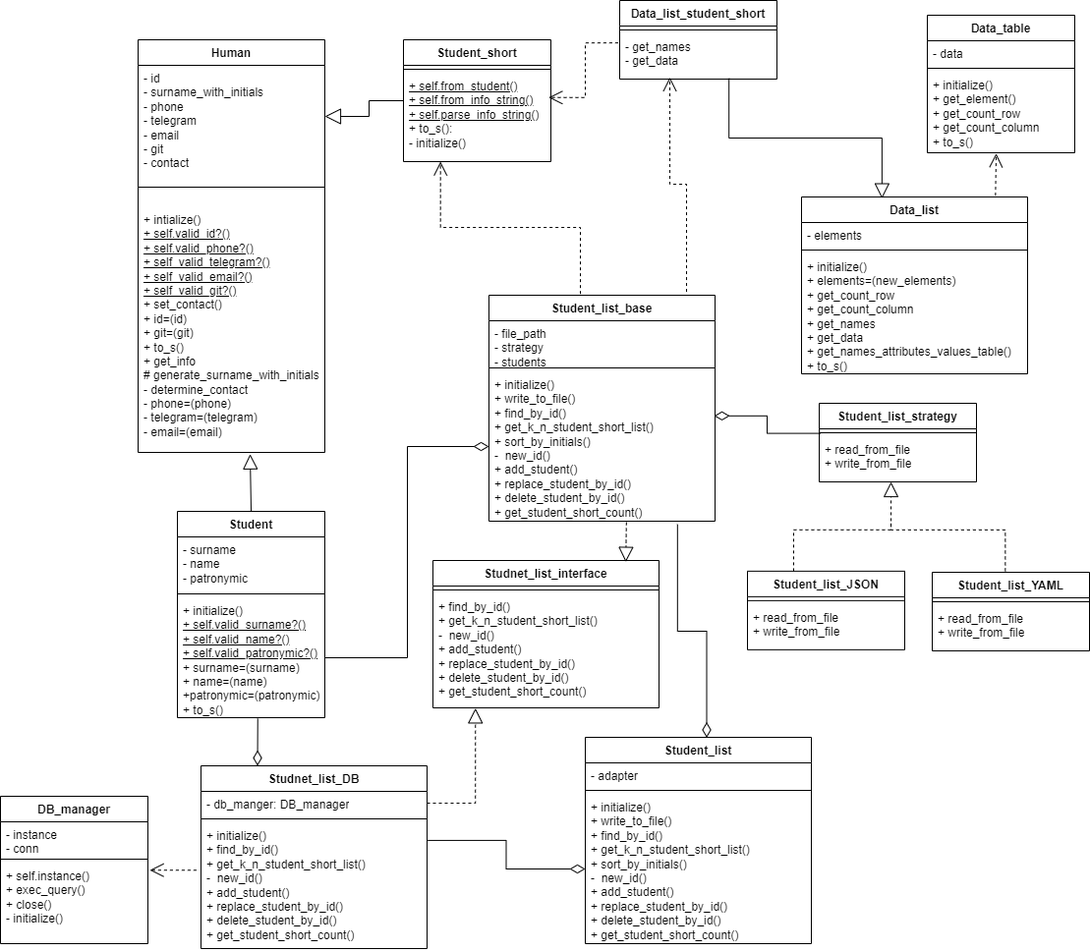
ArthurArutunyan04/Ruby keeps this draw.io diagram as Student/Class diagram.png. Above is the earlier version. Source tidied: cells renumbered, new cells last; positions are measured from the earlier drawing's top-left corner, leaving out a move shared by most shapes.
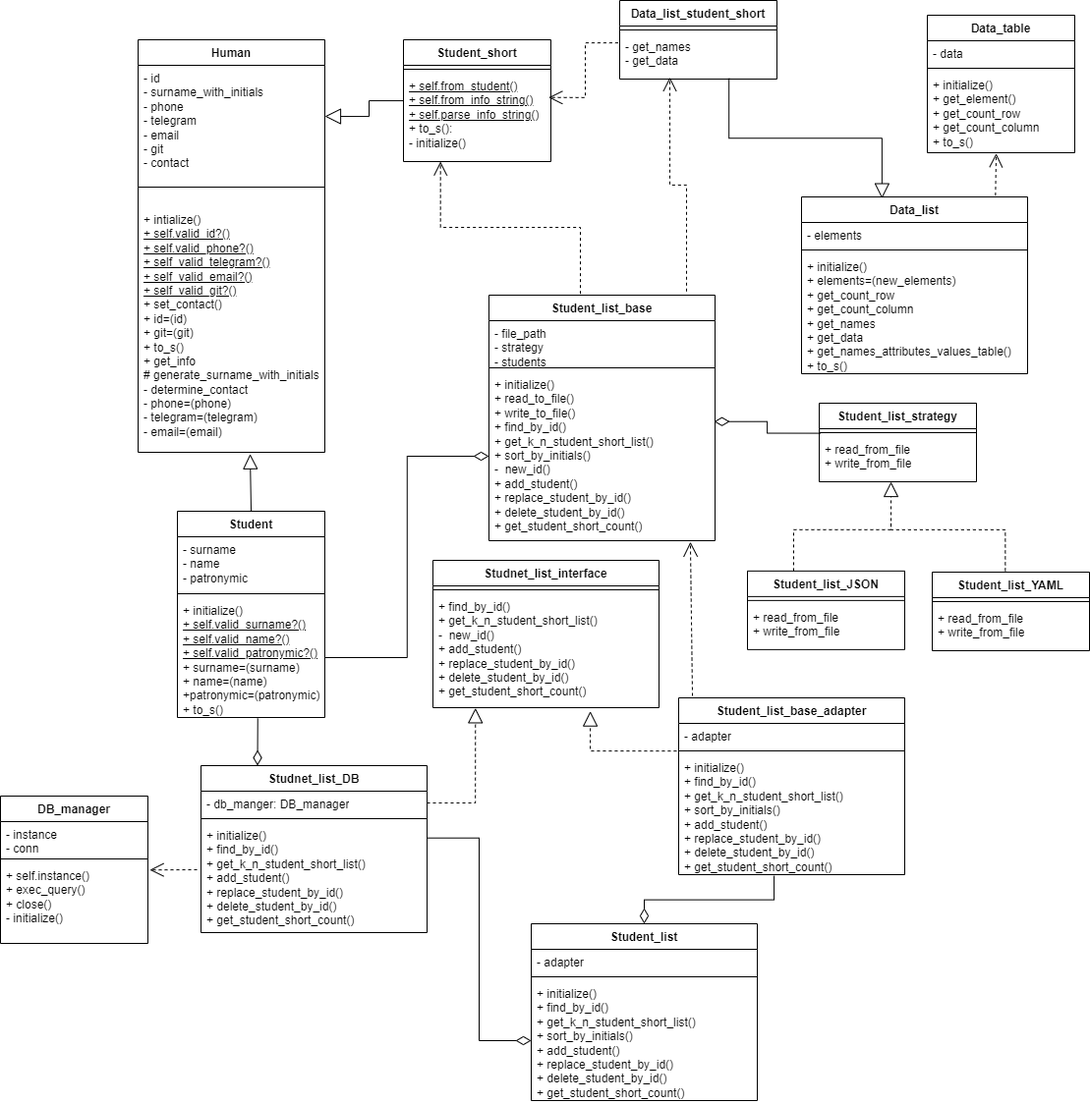
The same diagram one commit later.

Commit message:
Lb4 update strategy and adapter

Diff of the diagram source:
```diff
@@ -81,7 +81,7 @@
       <mxGeometry relative="1" as="geometry" />
     </mxCell>
     <mxCell id="28" value="Student_list_base" style="swimlane;fontStyle=1;align=center;verticalAlign=top;horizontal=1;startSize=26;whiteSpace=wrap;html=1;gradientColor=none;strokeWidth=1;" parent="1" vertex="1">
-      <mxGeometry x="497" y="300" width="230" height="230" as="geometry" />
+      <mxGeometry x="497" y="300" width="230" height="250" as="geometry" />
     </mxCell>
     <mxCell id="29" value="&lt;div&gt;&lt;div&gt;- file_path&lt;/div&gt;&lt;/div&gt;&lt;div&gt;- strategy&lt;/div&gt;&lt;div&gt;- students&lt;/div&gt;&lt;div&gt;&lt;br&gt;&lt;/div&gt;&lt;div&gt;&lt;br&gt;&lt;/div&gt;" style="text;strokeColor=none;fillColor=none;align=left;verticalAlign=top;spacingLeft=4;spacingRight=4;overflow=hidden;whiteSpace=wrap;html=1;" parent="28" vertex="1">
       <mxGeometry y="26" width="230" height="44" as="geometry" />
@@ -89,8 +89,8 @@
     <mxCell id="30" style="line;strokeWidth=1;fillColor=none;align=left;verticalAlign=middle;spacingTop=-1;spacingLeft=3;spacingRight=3;labelPosition=right;strokeColor=inherit;" parent="28" vertex="1">
       <mxGeometry y="70" width="230" height="8" as="geometry" />
     </mxCell>
-    <mxCell id="31" value="+ initialize()&lt;div&gt;&lt;div&gt;+ write_to_file()&lt;/div&gt;&lt;div&gt;+ find_by_id()&lt;br&gt;+ get_k_n_student_short_list()&lt;/div&gt;&lt;div&gt;+ sort_by_initials()&lt;br&gt;-&amp;nbsp; new_id()&lt;/div&gt;&lt;div&gt;+ add_student()&lt;/div&gt;&lt;div&gt;+ replace_student_by_id()&lt;/div&gt;&lt;div&gt;+ delete_student_by_id()&lt;/div&gt;&lt;/div&gt;&lt;div&gt;+ get_student_short_count()&lt;/div&gt;" style="text;strokeColor=none;fillColor=none;align=left;verticalAlign=top;spacingLeft=4;spacingRight=4;overflow=hidden;points=[[0,0.5],[1,0.5]];portConstraint=eastwest;whiteSpace=wrap;html=1;" parent="28" vertex="1">
-      <mxGeometry y="78" width="230" height="152" as="geometry" />
+    <mxCell id="31" value="+ initialize()&lt;div&gt;+ read_to_file()&lt;br&gt;&lt;div&gt;&lt;div&gt;+ write_to_file()&lt;/div&gt;&lt;div&gt;+ find_by_id()&lt;br&gt;+ get_k_n_student_short_list()&lt;/div&gt;&lt;div&gt;+ sort_by_initials()&lt;br&gt;-&amp;nbsp; new_id()&lt;/div&gt;&lt;div&gt;+ add_student()&lt;/div&gt;&lt;div&gt;+ replace_student_by_id()&lt;/div&gt;&lt;div&gt;+ delete_student_by_id()&lt;/div&gt;&lt;/div&gt;&lt;div&gt;+ get_student_short_count()&lt;/div&gt;&lt;/div&gt;" style="text;strokeColor=none;fillColor=none;align=left;verticalAlign=top;spacingLeft=4;spacingRight=4;overflow=hidden;points=[[0,0.5],[1,0.5]];portConstraint=eastwest;whiteSpace=wrap;html=1;" parent="28" vertex="1">
+      <mxGeometry y="78" width="230" height="172" as="geometry" />
     </mxCell>
     <mxCell id="32" style="endArrow=diamondThin;endSize=13;html=1;rounded=0;entryX=0.996;entryY=0.295;entryDx=0;entryDy=0;entryPerimeter=0;exitX=0.008;exitY=-0.074;exitDx=0;exitDy=0;exitPerimeter=0;endFill=0;edgeStyle=orthogonalEdgeStyle;" parent="1" edge="1" source="35" target="31">
       <mxGeometry relative="1" as="geometry" />
@@ -153,7 +153,7 @@
       <mxGeometry relative="1" as="geometry" />
     </mxCell>
     <mxCell id="47" value="Studnet_list_DB" style="swimlane;fontStyle=1;align=center;verticalAlign=top;horizontal=1;startSize=26;whiteSpace=wrap;html=1;gradientColor=none;strokeWidth=1;" parent="1" vertex="1">
-      <mxGeometry x="204" y="779" width="230" height="186" as="geometry" />
+      <mxGeometry x="204" y="779" width="230" height="170" as="geometry" />
     </mxCell>
     <mxCell id="48" value="- db_manger: DB_manager" style="text;strokeColor=none;fillColor=none;align=left;verticalAlign=top;spacingLeft=4;spacingRight=4;overflow=hidden;points=[[0,0.5],[1,0.5]];portConstraint=eastwest;whiteSpace=wrap;html=1;" parent="47" vertex="1">
       <mxGeometry y="26" width="230" height="24" as="geometry" />
@@ -161,8 +161,8 @@
     <mxCell id="49" style="line;strokeWidth=1;fillColor=none;align=left;verticalAlign=middle;spacingTop=-1;spacingLeft=3;spacingRight=3;labelPosition=right;strokeColor=inherit;" parent="47" vertex="1">
       <mxGeometry y="50" width="230" height="8" as="geometry" />
     </mxCell>
-    <mxCell id="50" value="+ initialize()&lt;div&gt;&lt;div&gt;&lt;div&gt;+ find_by_id()&lt;br&gt;+ get_k_n_student_short_list()&lt;/div&gt;&lt;div&gt;-&amp;nbsp; new_id()&lt;/div&gt;&lt;div&gt;+ add_student()&lt;/div&gt;&lt;div&gt;+ replace_student_by_id()&lt;/div&gt;&lt;div&gt;+ delete_student_by_id()&lt;/div&gt;&lt;/div&gt;&lt;div&gt;+ get_student_short_count()&lt;/div&gt;&lt;/div&gt;" style="text;strokeColor=none;fillColor=none;align=left;verticalAlign=top;spacingLeft=4;spacingRight=4;overflow=hidden;points=[[0,0.5],[1,0.5]];portConstraint=eastwest;whiteSpace=wrap;html=1;" parent="47" vertex="1">
-      <mxGeometry y="58" width="230" height="128" as="geometry" />
+    <mxCell id="50" value="+ initialize()&lt;div&gt;&lt;div&gt;&lt;div&gt;+ find_by_id()&lt;br&gt;+ get_k_n_student_short_list()&lt;/div&gt;&lt;div&gt;&lt;span style=&quot;background-color: initial;&quot;&gt;+ add_student()&lt;/span&gt;&lt;br&gt;&lt;/div&gt;&lt;div&gt;+ replace_student_by_id()&lt;/div&gt;&lt;div&gt;+ delete_student_by_id()&lt;/div&gt;&lt;/div&gt;&lt;div&gt;+ get_student_short_count()&lt;/div&gt;&lt;/div&gt;" style="text;strokeColor=none;fillColor=none;align=left;verticalAlign=top;spacingLeft=4;spacingRight=4;overflow=hidden;points=[[0,0.5],[1,0.5]];portConstraint=eastwest;whiteSpace=wrap;html=1;" parent="47" vertex="1">
+      <mxGeometry y="58" width="230" height="112" as="geometry" />
     </mxCell>
     <mxCell id="51" style="endArrow=diamondThin;endSize=13;html=1;rounded=0;exitX=0.545;exitY=1.007;exitDx=0;exitDy=0;endFill=0;elbow=vertical;entryX=0.25;entryY=0;entryDx=0;entryDy=0;exitPerimeter=0;" parent="1" edge="1" source="10" target="47">
       <mxGeometry relative="1" as="geometry" />
@@ -182,8 +182,10 @@
     <mxCell id="56" style="rounded=0;jettySize=auto;html=1;entryX=1;entryY=0.5;entryDx=0;entryDy=0;endArrow=block;endFill=0;endSize=14;edgeStyle=orthogonalEdgeStyle;" parent="1" edge="1" source="11" target="3">
       <mxGeometry relative="1" as="geometry" />
     </mxCell>
-    <mxCell id="57" style="endArrow=open;endSize=12;dashed=1;html=1;rounded=0;entryX=1.013;entryY=0.088;entryDx=0;entryDy=0;entryPerimeter=0;exitX=-0.02;exitY=0.377;exitDx=0;exitDy=0;exitPerimeter=0;" parent="1" edge="1" source="50" target="55">
-      <mxGeometry relative="1" as="geometry" />
+    <mxCell id="57" style="endArrow=open;endSize=12;dashed=1;html=1;rounded=0;entryX=1.013;entryY=0.088;entryDx=0;entryDy=0;entryPerimeter=0;" parent="1" edge="1" target="55">
+      <mxGeometry relative="1" as="geometry">
+        <mxPoint x="200" y="885" as="sourcePoint" />
+      </mxGeometry>
     </mxCell>
     <mxCell id="58" value="Studnet_list_interface" style="swimlane;fontStyle=1;align=center;verticalAlign=top;horizontal=1;startSize=26;whiteSpace=wrap;html=1;gradientColor=none;strokeWidth=1;" parent="1" vertex="1">
       <mxGeometry x="440" y="570" width="230" height="150" as="geometry" />
@@ -197,11 +199,8 @@
     <mxCell id="61" style="edgeStyle=orthogonalEdgeStyle;rounded=0;jettySize=auto;html=1;elbow=vertical;endArrow=block;endFill=0;dashed=1;exitX=1;exitY=0.5;exitDx=0;exitDy=0;entryX=0.188;entryY=1.003;entryDx=0;entryDy=0;entryPerimeter=0;strokeWidth=1;endSize=13;" parent="1" edge="1" source="48" target="60">
       <mxGeometry relative="1" as="geometry" />
     </mxCell>
-    <mxCell id="62" style="rounded=0;jettySize=auto;html=1;elbow=vertical;endArrow=block;endFill=0;dashed=1;exitX=0.608;exitY=1.007;exitDx=0;exitDy=0;exitPerimeter=0;entryX=0.853;entryY=0.011;entryDx=0;entryDy=0;entryPerimeter=0;strokeWidth=1;endSize=13;" parent="1" edge="1" source="31" target="58">
-      <mxGeometry relative="1" as="geometry" />
-    </mxCell>
     <mxCell id="63" value="Student_list" style="swimlane;fontStyle=1;align=center;verticalAlign=top;horizontal=1;startSize=26;whiteSpace=wrap;html=1;gradientColor=none;strokeWidth=1;" parent="1" vertex="1">
-      <mxGeometry x="595" y="750" width="230" height="210" as="geometry" />
+      <mxGeometry x="540" y="940" width="230" height="180" as="geometry" />
     </mxCell>
     <mxCell id="64" value="- adapter" style="text;strokeColor=none;fillColor=none;align=left;verticalAlign=top;spacingLeft=4;spacingRight=4;overflow=hidden;whiteSpace=wrap;html=1;" parent="63" vertex="1">
       <mxGeometry y="26" width="230" height="24" as="geometry" />
@@ -209,14 +208,37 @@
     <mxCell id="65" style="line;strokeWidth=1;fillColor=none;align=left;verticalAlign=middle;spacingTop=-1;spacingLeft=3;spacingRight=3;labelPosition=right;strokeColor=inherit;" parent="63" vertex="1">
       <mxGeometry y="50" width="230" height="8" as="geometry" />
     </mxCell>
-    <mxCell id="66" value="+ initialize()&lt;div&gt;&lt;div&gt;+ write_to_file()&lt;/div&gt;&lt;div&gt;+ find_by_id()&lt;br&gt;+ get_k_n_student_short_list()&lt;/div&gt;&lt;div&gt;+ sort_by_initials()&lt;br&gt;-&amp;nbsp; new_id()&lt;/div&gt;&lt;div&gt;+ add_student()&lt;/div&gt;&lt;div&gt;+ replace_student_by_id()&lt;/div&gt;&lt;div&gt;+ delete_student_by_id()&lt;/div&gt;&lt;/div&gt;&lt;div&gt;+ get_student_short_count()&lt;/div&gt;" style="text;strokeColor=none;fillColor=none;align=left;verticalAlign=top;spacingLeft=4;spacingRight=4;overflow=hidden;points=[[0,0.5],[1,0.5]];portConstraint=eastwest;whiteSpace=wrap;html=1;" parent="63" vertex="1">
-      <mxGeometry y="58" width="230" height="152" as="geometry" />
+    <mxCell id="66" value="+ initialize()&lt;div&gt;&lt;div&gt;+ find_by_id()&lt;br&gt;+ get_k_n_student_short_list()&lt;/div&gt;&lt;div&gt;+ sort_by_initials()&lt;br&gt;&lt;/div&gt;&lt;div&gt;+ add_student()&lt;/div&gt;&lt;div&gt;+ replace_student_by_id()&lt;/div&gt;&lt;div&gt;+ delete_student_by_id()&lt;/div&gt;&lt;/div&gt;&lt;div&gt;+ get_student_short_count()&lt;/div&gt;" style="text;strokeColor=none;fillColor=none;align=left;verticalAlign=top;spacingLeft=4;spacingRight=4;overflow=hidden;points=[[0,0.5],[1,0.5]];portConstraint=eastwest;whiteSpace=wrap;html=1;" parent="63" vertex="1">
+      <mxGeometry y="58" width="230" height="122" as="geometry" />
     </mxCell>
     <mxCell id="67" style="endArrow=diamondThin;endSize=13;html=1;rounded=0;endFill=0;edgeStyle=orthogonalEdgeStyle;exitX=1.003;exitY=0.14;exitDx=0;exitDy=0;exitPerimeter=0;" parent="1" edge="1" source="50" target="66">
       <mxGeometry relative="1" as="geometry" />
     </mxCell>
-    <mxCell id="68" style="endArrow=diamondThin;endSize=13;html=1;rounded=0;exitX=0.834;exitY=1.021;exitDx=0;exitDy=0;endFill=0;entryX=0.537;entryY=0.002;entryDx=0;entryDy=0;exitPerimeter=0;entryPerimeter=0;edgeStyle=elbowEdgeStyle;elbow=vertical;" parent="1" edge="1" source="31" target="63">
-      <mxGeometry relative="1" as="geometry" />
-    </mxCell>
+    <mxCell id="69" value="Student_list_base_adapter" style="swimlane;fontStyle=1;align=center;verticalAlign=top;horizontal=1;startSize=26;whiteSpace=wrap;html=1;gradientColor=none;strokeWidth=1;" parent="1" vertex="1">
+      <mxGeometry x="690" y="710" width="230" height="180" as="geometry" />
+    </mxCell>
+    <mxCell id="70" value="- adapter" style="text;strokeColor=none;fillColor=none;align=left;verticalAlign=top;spacingLeft=4;spacingRight=4;overflow=hidden;points=[[0,0.5],[1,0.5]];portConstraint=eastwest;whiteSpace=wrap;html=1;" parent="69" vertex="1">
+      <mxGeometry y="26" width="230" height="24" as="geometry" />
+    </mxCell>
+    <mxCell id="71" style="line;strokeWidth=1;fillColor=none;align=left;verticalAlign=middle;spacingTop=-1;spacingLeft=3;spacingRight=3;labelPosition=right;strokeColor=inherit;" parent="69" vertex="1">
+      <mxGeometry y="50" width="230" height="8" as="geometry" />
+    </mxCell>
+    <mxCell id="72" value="+ initialize()&lt;div&gt;&lt;div&gt;+ find_by_id()&lt;br&gt;+ get_k_n_student_short_list()&lt;/div&gt;&lt;div&gt;+ sort_by_initials()&lt;br&gt;&lt;/div&gt;&lt;div&gt;+ add_student()&lt;/div&gt;&lt;div&gt;+ replace_student_by_id()&lt;/div&gt;&lt;div&gt;+ delete_student_by_id()&lt;/div&gt;&lt;/div&gt;&lt;div&gt;+ get_student_short_count()&lt;/div&gt;" style="text;strokeColor=none;fillColor=none;align=left;verticalAlign=top;spacingLeft=4;spacingRight=4;overflow=hidden;points=[[0,0.5],[1,0.5]];portConstraint=eastwest;whiteSpace=wrap;html=1;" parent="69" vertex="1">
+      <mxGeometry y="58" width="230" height="122" as="geometry" />
+    </mxCell>
+    <mxCell id="73" style="endArrow=diamondThin;endSize=13;html=1;rounded=0;exitX=0.422;exitY=1.009;exitDx=0;exitDy=0;endFill=0;exitPerimeter=0;edgeStyle=elbowEdgeStyle;elbow=vertical;" parent="1" edge="1" source="72" target="63">
+      <mxGeometry relative="1" as="geometry" />
+    </mxCell>
+    <mxCell id="74" style="rounded=0;jettySize=auto;html=1;endArrow=block;endFill=0;dashed=1;exitX=-0.009;exitY=1.172;exitDx=0;exitDy=0;exitPerimeter=0;entryX=0.693;entryY=1.031;entryDx=0;entryDy=0;entryPerimeter=0;strokeWidth=1;endSize=13;edgeStyle=orthogonalEdgeStyle;elbow=vertical;" parent="1" edge="1" source="70" target="60">
+      <mxGeometry relative="1" as="geometry">
+        <Array as="points">
+          <mxPoint x="600" y="764" />
+          <mxPoint x="600" y="724" />
+        </Array>
+      </mxGeometry>
+    </mxCell>
+    <mxCell id="75" style="rounded=0;jettySize=auto;html=1;entryX=0.891;entryY=1.007;entryDx=0;entryDy=0;entryPerimeter=0;exitX=0.061;exitY=-0.011;exitDx=0;exitDy=0;exitPerimeter=0;dashed=1;endArrow=open;endFill=0;endSize=13;" parent="1" edge="1" source="69" target="31">
+      <mxGeometry relative="1" as="geometry" />
+    </mxCell>
   </root>
 </mxGraphModel>
```
